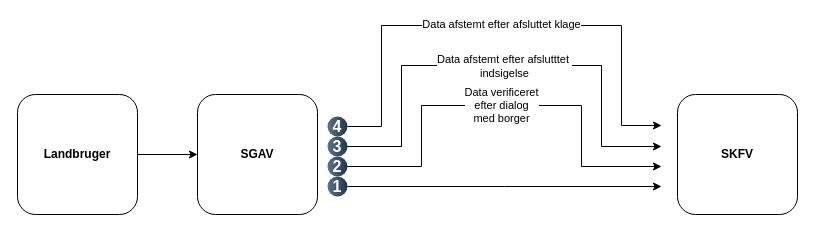
The draw.io diagram Untitled Diagram.drawio in Zaladk/drawio, before the edit. Source tidied: cells renumbered, new cells numbered last; positions are measured from the earlier drawing's top-left corner, leaving out a move shared by most shapes. Both pictures are drawn from the tidied source at 100%, with x=0, y=0 at pixel (17, 25).
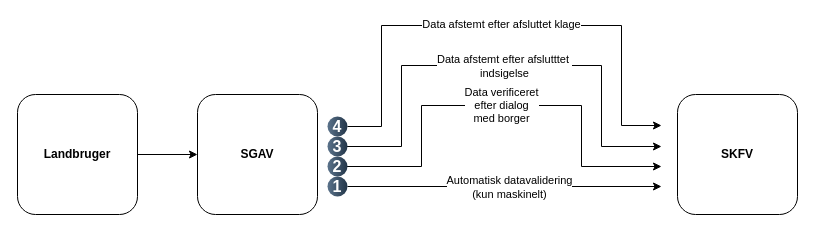
Above is the later version.

Commit message:
UFST kvalitet Untitled Diagram.drawio

The change refers to these unchanged cells:
```xml
<mxCell id="4" style="edgeStyle=orthogonalEdgeStyle;rounded=0;jettySize=auto;html=1;" parent="1" edge="1" source="15">
  <mxGeometry relative="1" as="geometry">
    <mxPoint x="644" y="161" as="targetPoint" />
  </mxGeometry>
</mxCell>
```

The edit, as a diff of the source:
```diff
@@
+    <mxCell id="16" value="Automatisk datavalidering&lt;div&gt;(kun maskinelt)&lt;/div&gt;" style="edgeLabel;html=1;align=center;verticalAlign=middle;" parent="4" vertex="1">
+      <mxGeometry x="0.03" y="-1" relative="1" as="geometry">
+        <mxPoint y="-1" as="offset" />
+      </mxGeometry>
+    </mxCell>
```
